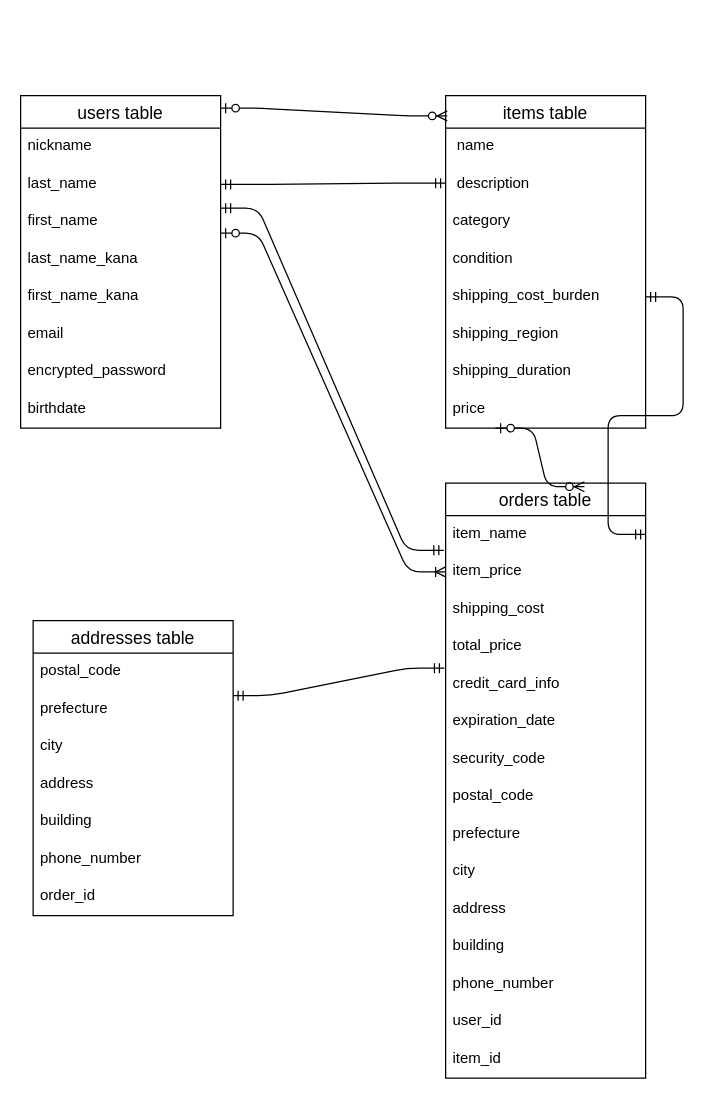
Before: ER.dio in ootakito/furima-40505, a draw.io diagram. Source tidied: cells renumbered, new cells numbered last; positions are measured from the earlier drawing's top-left corner, leaving out a move shared by most shapes. Both pictures are drawn from the tidied source at 125%, with x=0, y=0 at pixel (20, 95).
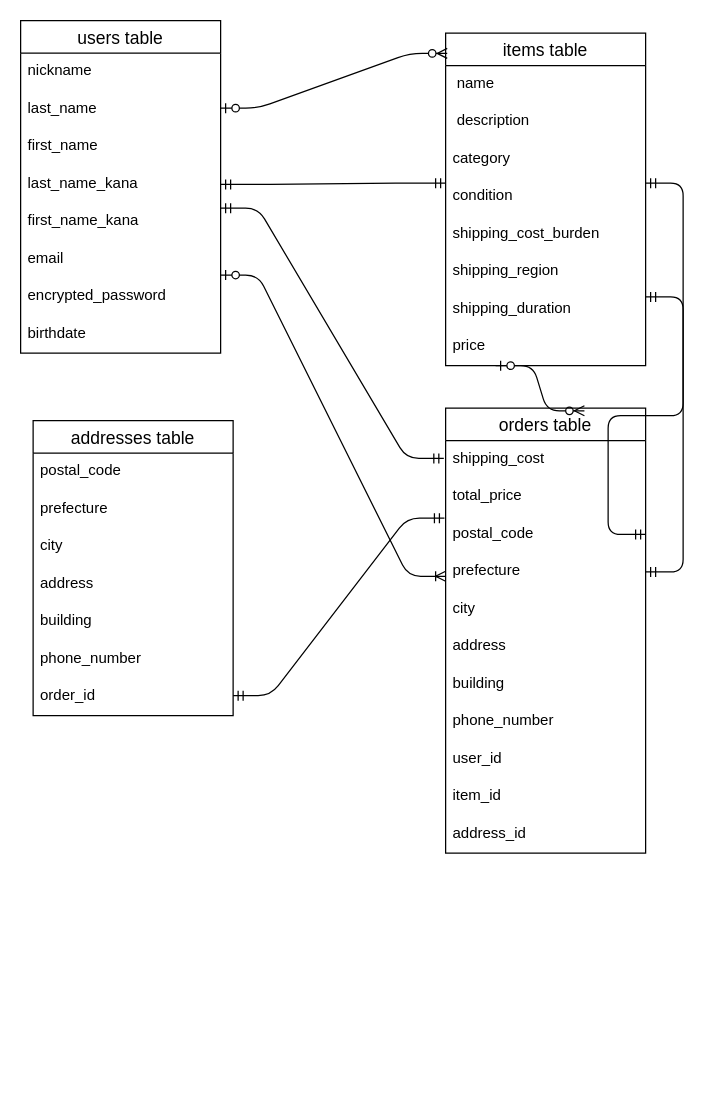
The same diagram, later.

What changed in the source:
```diff
@@
     <mxCell id="2" value="users table" style="swimlane;fontStyle=0;horizontal=1;startSize=26;align=center;fontSize=14;strokeColor=default;fillColor=none;" parent="1" vertex="1">
-      <mxGeometry width="160" height="266" as="geometry" />
+      <mxGeometry y="-60" width="160" height="266" as="geometry" />
     </mxCell>
@@
     <mxCell id="11" value="items table" style="swimlane;fontStyle=0;horizontal=1;startSize=26;align=center;fontSize=14;strokeColor=default;fillColor=none;" parent="1" vertex="1">
-      <mxGeometry x="340" width="160" height="266" as="geometry" />
+      <mxGeometry x="340" y="-50" width="160" height="266" as="geometry" />
     </mxCell>
@@
     <mxCell id="21" value="orders table" style="swimlane;fontStyle=0;horizontal=1;startSize=26;align=center;fontSize=14;strokeColor=default;fillColor=none;" parent="1" vertex="1">
-      <mxGeometry x="340" y="310" width="160" height="476" as="geometry" />
+      <mxGeometry x="340" y="250" width="160" height="356" as="geometry" />
     </mxCell>
-    <mxCell id="22" value="item_name " style="text;strokeColor=none;fillColor=none;spacingLeft=4;spacingRight=4;overflow=hidden;fontSize=12;" parent="21" vertex="1">
-      <mxGeometry y="26" width="160" height="30" as="geometry" />
-    </mxCell>
-    <mxCell id="23" value="item_price " style="text;strokeColor=none;fillColor=none;spacingLeft=4;spacingRight=4;overflow=hidden;points=[[0,0.5],[1,0.5]];portConstraint=eastwest;fontSize=12;" parent="21" vertex="1">
-      <mxGeometry y="56" width="160" height="30" as="geometry" />
-    </mxCell>
     <mxCell id="24" value="shipping_cost " style="text;strokeColor=none;fillColor=none;spacingLeft=4;spacingRight=4;overflow=hidden;fontSize=12;" parent="21" vertex="1">
-      <mxGeometry y="86" width="160" height="30" as="geometry" />
+      <mxGeometry y="26" width="160" height="30" as="geometry" />
     </mxCell>
     <mxCell id="25" value="total_price   " style="text;strokeColor=none;fillColor=none;spacingLeft=4;spacingRight=4;overflow=hidden;points=[[0,0.5],[1,0.5]];portConstraint=eastwest;fontSize=12;" parent="21" vertex="1">
-      <mxGeometry y="116" width="160" height="30" as="geometry" />
+      <mxGeometry y="56" width="160" height="30" as="geometry" />
     </mxCell>
-    <mxCell id="26" value="credit_card_info" style="text;strokeColor=none;fillColor=none;spacingLeft=4;spacingRight=4;overflow=hidden;fontSize=12;" parent="21" vertex="1">
-      <mxGeometry y="146" width="160" height="30" as="geometry" />
-    </mxCell>
-    <mxCell id="27" value="expiration_date" style="text;strokeColor=none;fillColor=none;spacingLeft=4;spacingRight=4;overflow=hidden;fontSize=12;" parent="21" vertex="1">
-      <mxGeometry y="176" width="160" height="30" as="geometry" />
-    </mxCell>
-    <mxCell id="28" value="security_code " style="text;strokeColor=none;fillColor=none;spacingLeft=4;spacingRight=4;overflow=hidden;fontSize=12;" parent="21" vertex="1">
-      <mxGeometry y="206" width="160" height="30" as="geometry" />
-    </mxCell>
     <mxCell id="29" value=" postal_code " style="text;strokeColor=none;fillColor=none;spacingLeft=4;spacingRight=4;overflow=hidden;fontSize=12;" parent="21" vertex="1">
-      <mxGeometry y="236" width="160" height="30" as="geometry" />
+      <mxGeometry y="86" width="160" height="30" as="geometry" />
     </mxCell>
     <mxCell id="30" value="prefecture " style="text;strokeColor=none;fillColor=none;spacingLeft=4;spacingRight=4;overflow=hidden;points=[[0,0.5],[1,0.5]];portConstraint=eastwest;fontSize=12;" parent="21" vertex="1">
-      <mxGeometry y="266" width="160" height="30" as="geometry" />
+      <mxGeometry y="116" width="160" height="30" as="geometry" />
     </mxCell>
     <mxCell id="31" value="city " style="text;strokeColor=none;fillColor=none;spacingLeft=4;spacingRight=4;overflow=hidden;fontSize=12;" parent="21" vertex="1">
-      <mxGeometry y="296" width="160" height="30" as="geometry" />
+      <mxGeometry y="146" width="160" height="30" as="geometry" />
     </mxCell>
     <mxCell id="32" value="address" style="text;strokeColor=none;fillColor=none;spacingLeft=4;spacingRight=4;overflow=hidden;fontSize=12;" parent="21" vertex="1">
-      <mxGeometry y="326" width="160" height="30" as="geometry" />
+      <mxGeometry y="176" width="160" height="30" as="geometry" />
     </mxCell>
     <mxCell id="33" value="building " style="text;strokeColor=none;fillColor=none;spacingLeft=4;spacingRight=4;overflow=hidden;fontSize=12;" parent="21" vertex="1">
-      <mxGeometry y="356" width="160" height="30" as="geometry" />
+      <mxGeometry y="206" width="160" height="30" as="geometry" />
     </mxCell>
     <mxCell id="34" value="phone_number" style="text;strokeColor=none;fillColor=none;spacingLeft=4;spacingRight=4;overflow=hidden;fontSize=12;" parent="21" vertex="1">
-      <mxGeometry y="386" width="160" height="30" as="geometry" />
+      <mxGeometry y="236" width="160" height="30" as="geometry" />
     </mxCell>
     <mxCell id="35" value="user_id" style="text;strokeColor=none;fillColor=none;spacingLeft=4;spacingRight=4;overflow=hidden;fontSize=12;" parent="21" vertex="1">
-      <mxGeometry y="416" width="160" height="30" as="geometry" />
+      <mxGeometry y="266" width="160" height="30" as="geometry" />
     </mxCell>
+    <mxCell id="52" value="item_id " style="text;strokeColor=none;fillColor=none;spacingLeft=4;spacingRight=4;overflow=hidden;fontSize=12;" parent="21" vertex="1">
+      <mxGeometry y="296" width="160" height="30" as="geometry" />
+    </mxCell>
-    <mxCell id="36" value="item_id " style="text;strokeColor=none;fillColor=none;spacingLeft=4;spacingRight=4;overflow=hidden;fontSize=12;" parent="21" vertex="1">
-      <mxGeometry y="446" width="160" height="30" as="geometry" />
+    <mxCell id="36" value="address_id" style="text;strokeColor=none;fillColor=none;spacingLeft=4;spacingRight=4;overflow=hidden;fontSize=12;" parent="21" vertex="1">
+      <mxGeometry y="326" width="160" height="30" as="geometry" />
     </mxCell>
@@
-    <mxCell id="39" style="edgeStyle=entityRelationEdgeStyle;fontSize=12;html=1;endArrow=ERoneToMany;startArrow=ERzeroToOne;entryX=0;entryY=0.5;entryDx=0;entryDy=0;" parent="1" edge="1" target="23">
+    <mxCell id="39" style="edgeStyle=entityRelationEdgeStyle;fontSize=12;html=1;endArrow=ERoneToMany;startArrow=ERzeroToOne;entryX=0;entryY=0.5;entryDx=0;entryDy=0;" parent="1" edge="1">
       <mxGeometry relative="1" as="geometry">
-        <mxPoint x="160" y="110" as="sourcePoint" />
+        <mxPoint x="160" y="143.5" as="sourcePoint" />
+        <mxPoint x="340" y="384.5" as="targetPoint" />
       </mxGeometry>
     </mxCell>
@@
     <mxCell id="43" value="addresses table" style="swimlane;fontStyle=0;horizontal=1;startSize=26;align=center;fontSize=14;" parent="1" vertex="1">
-      <mxGeometry x="10" y="420" width="160" height="236" as="geometry" />
+      <mxGeometry x="10" y="260" width="160" height="236" as="geometry" />
     </mxCell>
@@
+    <mxCell id="53" style="edgeStyle=entityRelationEdgeStyle;fontSize=12;html=1;endArrow=ERmandOne;startArrow=ERmandOne;" parent="1" edge="1" target="30">
+      <mxGeometry relative="1" as="geometry">
+        <mxPoint x="500" y="70" as="sourcePoint" />
+      </mxGeometry>
+    </mxCell>
```
